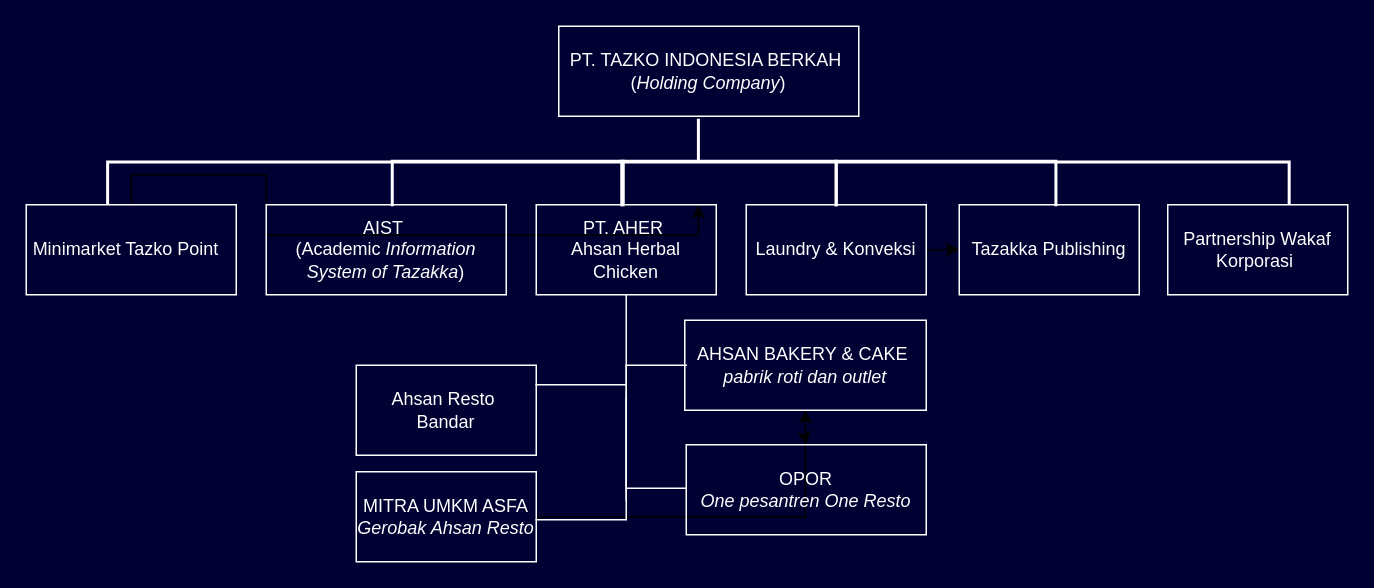
k-barr/Diagram keeps this draw.io diagram as organisasi abidin.drawio. Above is the earlier version. Source tidied: cells renumbered, new cells numbered last; positions are measured from the earlier drawing's top-left corner, leaving out a move shared by most shapes. Both pictures are drawn from the tidied source at 150%, with x=0, y=0 at pixel (26, -429).
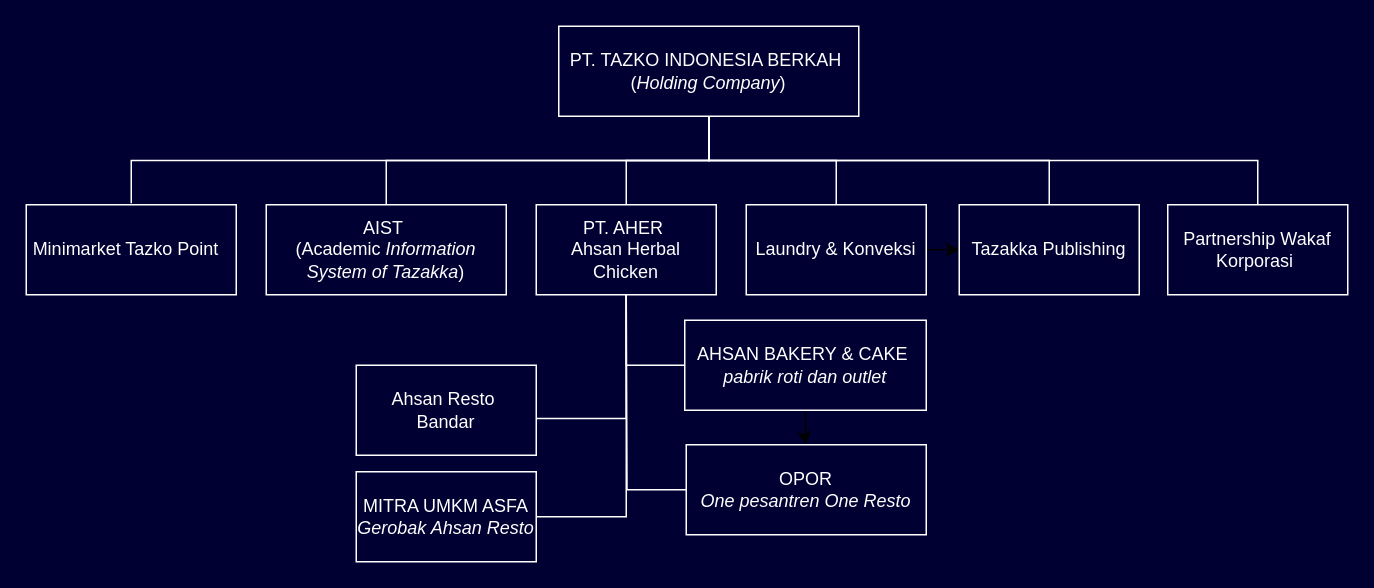
The same page after the edit.

Unchanged cells that the change refers to:
```xml
<mxCell id="2" value="PT. TAZKO INDONESIA BERKAH&amp;nbsp;&lt;div&gt;(&lt;i&gt;Holding Company&lt;/i&gt;)&lt;/div&gt;" style="rounded=0;whiteSpace=wrap;html=1;strokeColor=#FFFFFF;fillColor=none;fontColor=#FFFFFF;" parent="1" vertex="1">
  <mxGeometry x="355" y="303" width="200" height="60" as="geometry" />
</mxCell>
<mxCell id="4" value="&lt;font color=&quot;#ffffff&quot;&gt;Minimarket Tazko Point&amp;nbsp;&amp;nbsp;&lt;/font&gt;" style="rounded=0;whiteSpace=wrap;html=1;fillColor=none;strokeColor=#FFFFFF;perimeterSpacing=1;fillStyle=auto;" parent="1" vertex="1">
  <mxGeometry y="422" width="140" height="60" as="geometry" />
</mxCell>
<mxCell id="5" value="AIST&amp;nbsp;&lt;div&gt;(Academic &lt;i&gt;Information System of Tazakka&lt;/i&gt;)&lt;/div&gt;" style="rounded=0;whiteSpace=wrap;html=1;fillColor=none;strokeColor=#FFFFFF;fontColor=#FFFFFF;" parent="1" vertex="1">
  <mxGeometry x="160" y="422" width="160" height="60" as="geometry" />
</mxCell>
<mxCell id="7" value="Laundry &amp;amp; Konveksi" style="rounded=0;whiteSpace=wrap;html=1;fillColor=none;strokeColor=#FFFFFF;fontColor=#FFFFFF;" parent="1" vertex="1">
  <mxGeometry x="480" y="422" width="120" height="60" as="geometry" />
</mxCell>
<mxCell id="8" value="PT. AHER&amp;nbsp;&lt;div&gt;Ahsan Herbal Chicken&lt;/div&gt;" style="rounded=0;whiteSpace=wrap;html=1;fillColor=none;strokeColor=#FFFFFF;fontColor=#FFFFFF;" parent="1" vertex="1">
  <mxGeometry x="340" y="422" width="120" height="60" as="geometry" />
</mxCell>
<mxCell id="9" value="Tazakka Publishing" style="whiteSpace=wrap;html=1;rounded=0;fillColor=none;strokeColor=#FFFFFF;fontColor=#FFFFFF;" parent="1" vertex="1">
  <mxGeometry x="622" y="422" width="120" height="60" as="geometry" />
</mxCell>
<mxCell id="10" value="Partnership Wakaf Korporasi&amp;nbsp;" style="whiteSpace=wrap;html=1;rounded=0;fillColor=none;strokeColor=#FFFFFF;fontColor=#FFFFFF;" parent="1" vertex="1">
  <mxGeometry x="761" y="422" width="120" height="60" as="geometry" />
</mxCell>
<mxCell id="18" value="MITRA UMKM ASFA&lt;div&gt;&lt;i&gt;Gerobak Ahsan Resto&lt;/i&gt;&lt;/div&gt;" style="rounded=0;whiteSpace=wrap;html=1;fillColor=none;strokeColor=#FFFFFF;fontColor=#FFFFFF;" parent="1" vertex="1">
  <mxGeometry x="220" y="600" width="120" height="60" as="geometry" />
</mxCell>
<mxCell id="20" value="AHSAN BAKERY &amp;amp; CAKE&amp;nbsp;&lt;div&gt;&lt;i&gt;pabrik roti dan outlet&lt;/i&gt;&lt;/div&gt;" style="whiteSpace=wrap;html=1;fillColor=none;strokeColor=#FFFFFF;fontColor=#FFFFFF;rounded=0;" parent="1" vertex="1">
  <mxGeometry x="439" y="499" width="161" height="60" as="geometry" />
</mxCell>
<mxCell id="21" value="OPOR&lt;div&gt;&lt;i&gt;One pesantren One Resto&lt;/i&gt;&lt;/div&gt;" style="whiteSpace=wrap;html=1;fillColor=none;strokeColor=#FFFFFF;fontColor=#FFFFFF;rounded=0;" parent="1" vertex="1">
  <mxGeometry x="440" y="582" width="160" height="60" as="geometry" />
</mxCell>
```

Change to the diagram source:
```diff
@@
+    <mxCell id="25" style="edgeStyle=orthogonalEdgeStyle;rounded=0;jettySize=auto;html=1;exitX=0.5;exitY=1;exitDx=0;exitDy=0;entryX=0.5;entryY=0;entryDx=0;entryDy=0;strokeColor=#FFFFFF;endArrow=none;endFill=0;" parent="1" edge="1" source="2" target="4">
+      <mxGeometry relative="1" as="geometry" />
+    </mxCell>
+    <mxCell id="26" style="edgeStyle=orthogonalEdgeStyle;rounded=0;jettySize=auto;html=1;exitX=0.5;exitY=1;exitDx=0;exitDy=0;entryX=0.5;entryY=0;entryDx=0;entryDy=0;strokeColor=#FFFFFF;endArrow=none;endFill=0;" parent="1" edge="1" source="2" target="5">
+      <mxGeometry relative="1" as="geometry" />
+    </mxCell>
+    <mxCell id="27" style="edgeStyle=orthogonalEdgeStyle;rounded=0;jettySize=auto;html=1;exitX=0.5;exitY=1;exitDx=0;exitDy=0;entryX=0.5;entryY=0;entryDx=0;entryDy=0;strokeColor=#FFFFFF;endArrow=none;endFill=0;" parent="1" edge="1" source="2" target="8">
+      <mxGeometry relative="1" as="geometry" />
+    </mxCell>
+    <mxCell id="28" style="edgeStyle=orthogonalEdgeStyle;rounded=0;jettySize=auto;html=1;exitX=0.5;exitY=1;exitDx=0;exitDy=0;entryX=0.5;entryY=0;entryDx=0;entryDy=0;strokeColor=#FFFFFF;endArrow=none;endFill=0;" parent="1" edge="1" source="2" target="7">
+      <mxGeometry relative="1" as="geometry" />
+    </mxCell>
@@
-    <mxCell id="3" style="edgeStyle=orthogonalEdgeStyle;rounded=0;jettySize=auto;html=1;" parent="1" edge="1" source="4" target="11">
-      <mxGeometry relative="1" as="geometry" />
-    </mxCell>
@@
+    <mxCell id="29" style="edgeStyle=orthogonalEdgeStyle;rounded=0;jettySize=auto;html=1;exitX=0.5;exitY=1;exitDx=0;exitDy=0;entryX=0;entryY=0.25;entryDx=0;entryDy=0;strokeColor=#FFFFFF;endArrow=none;endFill=0;" parent="1" edge="1" source="8">
+      <mxGeometry relative="1" as="geometry">
+        <mxPoint x="340" y="564.5" as="targetPoint" />
+        <Array as="points">
+          <mxPoint x="400" y="564" />
+        </Array>
+      </mxGeometry>
+    </mxCell>
+    <mxCell id="30" style="edgeStyle=orthogonalEdgeStyle;rounded=0;jettySize=auto;html=1;exitX=0.5;exitY=1;exitDx=0;exitDy=0;entryX=1;entryY=0.5;entryDx=0;entryDy=0;strokeColor=#FFFFFF;endArrow=none;endFill=0;" parent="1" edge="1" source="8" target="18">
+      <mxGeometry relative="1" as="geometry" />
+    </mxCell>
@@
+    <mxCell id="31" style="edgeStyle=orthogonalEdgeStyle;rounded=0;jettySize=auto;html=1;exitX=0.5;exitY=0;exitDx=0;exitDy=0;entryX=0.5;entryY=1;entryDx=0;entryDy=0;strokeColor=#FFFFFF;endArrow=none;endFill=0;" parent="1" edge="1" source="9" target="2">
+      <mxGeometry relative="1" as="geometry" />
+    </mxCell>
@@
+    <mxCell id="32" style="edgeStyle=orthogonalEdgeStyle;rounded=0;jettySize=auto;html=1;exitX=0.5;exitY=0;exitDx=0;exitDy=0;entryX=0.5;entryY=1;entryDx=0;entryDy=0;strokeColor=#FFFFFF;endArrow=none;endFill=0;" parent="1" edge="1" source="10" target="2">
+      <mxGeometry relative="1" as="geometry" />
+    </mxCell>
@@
-    <mxCell id="11" style="strokeWidth=2;html=1;shape=mxgraph.flowchart.annotation_2;align=left;labelPosition=right;rotation=90;fontColor=#FFFFFF;labelBorderColor=#FFFFFF;strokeColor=#FFFFFF;" parent="1" vertex="1">
-      <mxGeometry x="419.3" y="-0.4" width="57.6" height="787.7" as="geometry" />
-    </mxCell>
-    <mxCell id="12" style="strokeWidth=2;html=1;shape=mxgraph.flowchart.annotation_1;align=left;strokeColor=#FFFFFF;rotation=90;" parent="1" vertex="1">
-      <mxGeometry x="598.2" y="334.8" width="30" height="146.5" as="geometry" />
-    </mxCell>
-    <mxCell id="13" style="strokeWidth=2;html=1;shape=mxgraph.flowchart.annotation_1;align=left;strokeColor=#FFFFFF;rotation=90;" parent="1" vertex="1">
-      <mxGeometry x="453.5" y="336.5" width="30" height="143" as="geometry" />
-    </mxCell>
-    <mxCell id="14" style="strokeWidth=2;html=1;shape=mxgraph.flowchart.annotation_1;align=left;strokeColor=#FFFFFF;rotation=90;" parent="1" vertex="1">
-      <mxGeometry x="306" y="331" width="30" height="154" as="geometry" />
-    </mxCell>
-    <mxCell id="15" style="shape=partialRectangle;whiteSpace=wrap;html=1;top=0;left=0;fillColor=none;strokeColor=#FFFFFF;" parent="1" vertex="1">
-      <mxGeometry x="340" y="482" width="60" height="60" as="geometry" />
-    </mxCell>
@@
-    <mxCell id="17" style="edgeStyle=orthogonalEdgeStyle;rounded=0;jettySize=auto;html=1;" parent="1" edge="1" source="18" target="20">
-      <mxGeometry relative="1" as="geometry" />
-    </mxCell>
@@
+    <mxCell id="33" style="edgeStyle=orthogonalEdgeStyle;rounded=0;jettySize=auto;html=1;exitX=0;exitY=0.5;exitDx=0;exitDy=0;entryX=0.5;entryY=1;entryDx=0;entryDy=0;strokeColor=#FFFFFF;endArrow=none;endFill=0;" parent="1" edge="1" source="20" target="8">
+      <mxGeometry relative="1" as="geometry" />
+    </mxCell>
@@
+    <mxCell id="34" style="edgeStyle=orthogonalEdgeStyle;rounded=0;jettySize=auto;html=1;exitX=0;exitY=0.5;exitDx=0;exitDy=0;strokeColor=#FFFFFF;endArrow=none;endFill=0;" parent="1" edge="1" source="21">
+      <mxGeometry relative="1" as="geometry">
+        <mxPoint x="400" y="482" as="targetPoint" />
+      </mxGeometry>
+    </mxCell>
@@
-    <mxCell id="22" style="shape=partialRectangle;whiteSpace=wrap;html=1;top=0;left=0;fillColor=none;strokeColor=#FFFFFF;" parent="1" vertex="1">
-      <mxGeometry x="340" y="542" width="60" height="90" as="geometry" />
-    </mxCell>
-    <mxCell id="23" style="shape=partialRectangle;whiteSpace=wrap;html=1;top=0;left=0;fillColor=none;strokeColor=#FFFFFF;rotation=-180;" parent="1" vertex="1">
-      <mxGeometry x="400" y="529" width="40" height="90" as="geometry" />
-    </mxCell>
-    <mxCell id="24" style="shape=partialRectangle;whiteSpace=wrap;html=1;top=0;left=0;fillColor=none;strokeColor=#FFFFFF;direction=south;" parent="1" vertex="1">
-      <mxGeometry x="400" y="551" width="40" height="60" as="geometry" />
-    </mxCell>
```
